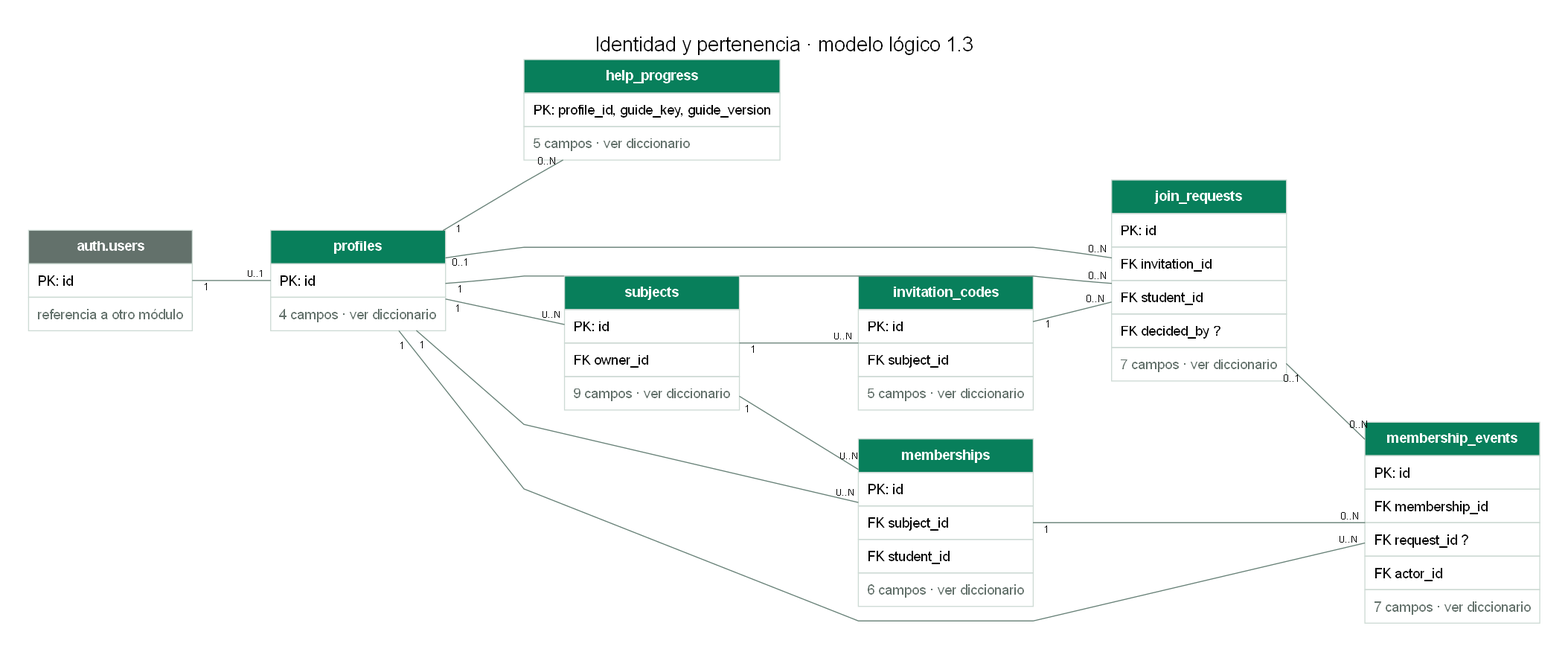
Above: docs/modelado/diagramas/01-identidad.png in CubeFreaKLab/aulify (Graphviz), before the change. Its source is kept beside it as docs/modelado/diagramas/01-identidad.dot.
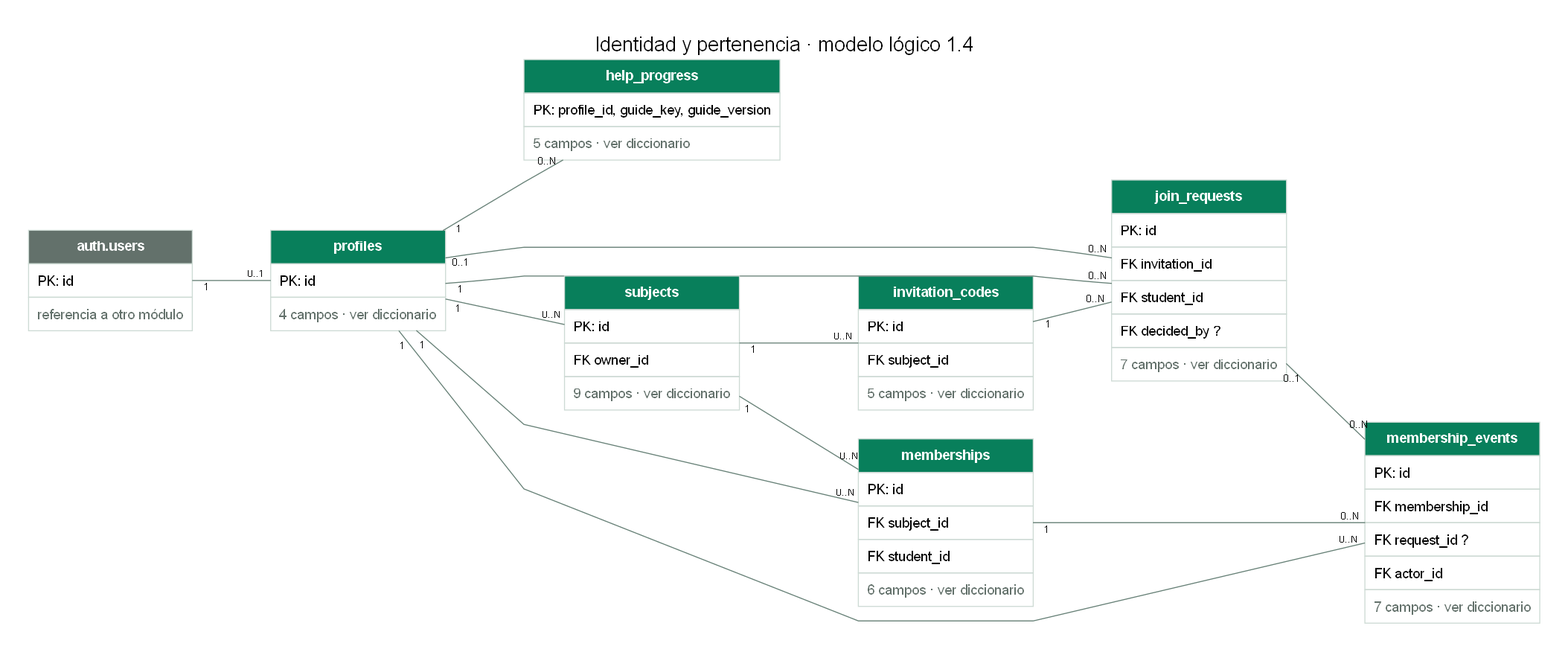
Later version of the same file.

What changed in the source:
```diff
@@ -1,5 +1,5 @@
 digraph modelo {
-graph [rankdir=LR, bgcolor="#ffffff", pad=0.4, nodesep=0.4, ranksep=1.1, splines=polyline, fontname="Arial", fontsize=20, labelloc=t, label="Identidad y pertenencia · modelo lógico 1.3"];
+graph [rankdir=LR, bgcolor="#ffffff", pad=0.4, nodesep=0.4, ranksep=1.1, splines=polyline, fontname="Arial", fontsize=20, labelloc=t, label="Identidad y pertenencia · modelo lógico 1.4"];
 node [shape=plain, fontname="Arial"];
 edge [fontname="Arial", fontsize=10, color="#668076", arrowsize=0.6];
 "auth.users" [label=<<TABLE BORDER="0" CELLBORDER="1" CELLSPACING="0" CELLPADDING="8" COLOR="#CDDAD4"><TR><TD BGCOLOR="#63716B"><FONT COLOR="white"><B>auth.users</B></FONT></TD></TR><TR><TD ALIGN="LEFT">PK: id</TD></TR><TR><TD><FONT COLOR="#63716B">referencia a otro módulo</FONT></TD></TR></TABLE>>];
```
